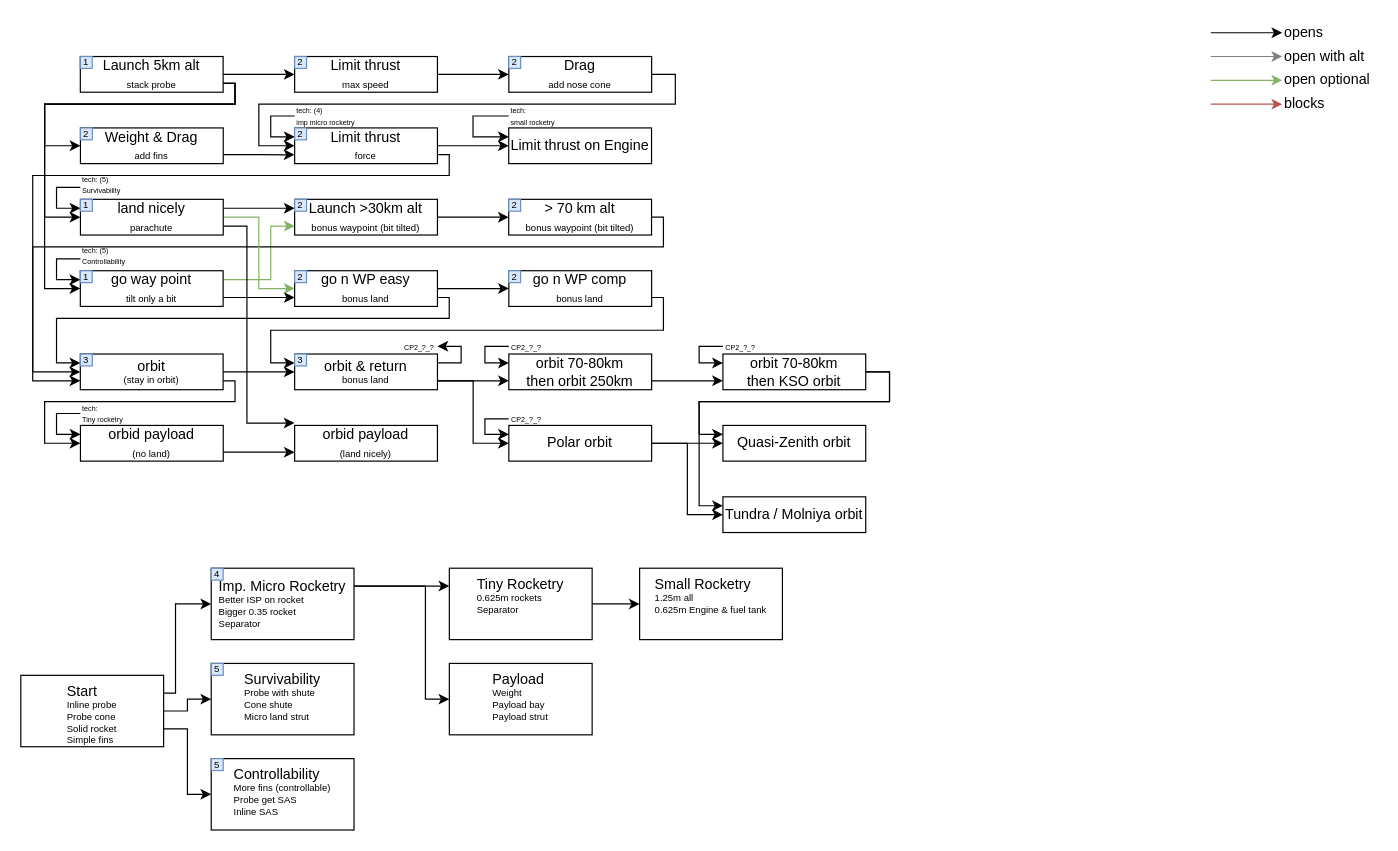
Before: doc/CP1 contracts & TT.drawio in SaphireFalcon/real_career, a draw.io diagram. Source tidied: cells renumbered, new cells numbered last; positions are measured from the earlier drawing's top-left corner, leaving out a move shared by most shapes. Both pictures are drawn from the tidied source at 119%, with x=0, y=0 at pixel (20, 20).
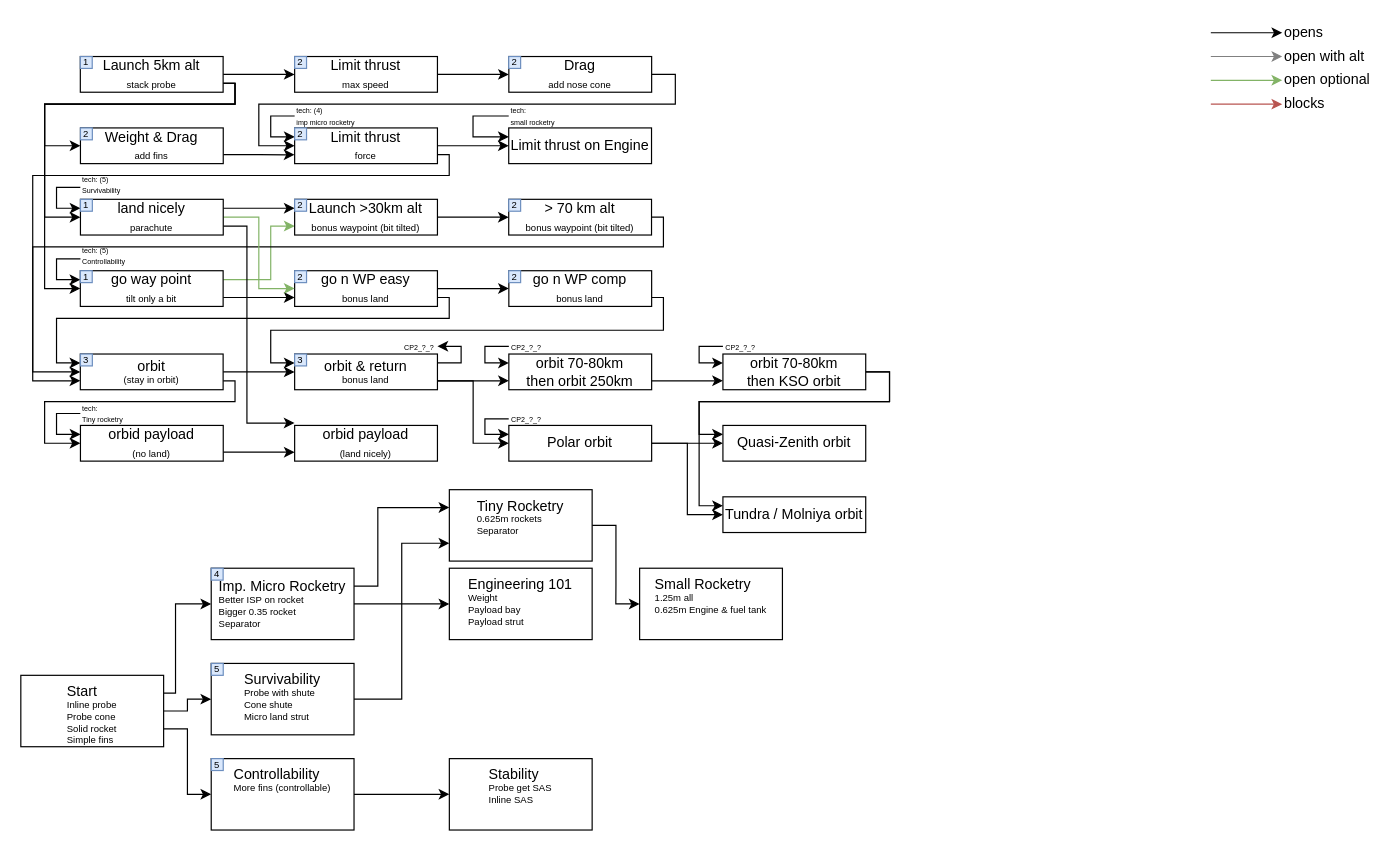
After the change.

The change refers to these unchanged cells:
```xml
<mxCell id="50" value="&lt;div style=&quot;text-align: left&quot;&gt;&lt;font style=&quot;font-size: 12px&quot;&gt;Survivability&lt;/font&gt;&lt;/div&gt;&lt;div style=&quot;text-align: left ; font-size: 8px&quot;&gt;&lt;font style=&quot;font-size: 8px&quot;&gt;Probe with shute&lt;/font&gt;&lt;/div&gt;&lt;div style=&quot;text-align: left ; font-size: 8px&quot;&gt;&lt;font style=&quot;font-size: 8px&quot;&gt;Cone shute&lt;/font&gt;&lt;br style=&quot;font-size: 8px&quot;&gt;&lt;/div&gt;&lt;font style=&quot;font-size: 8px&quot;&gt;&lt;div style=&quot;text-align: left&quot;&gt;&lt;span&gt;Micro land strut&lt;/span&gt;&lt;/div&gt;&lt;/font&gt;" style="rounded=0;whiteSpace=wrap;html=1;fontSize=8;verticalAlign=top;" parent="1" vertex="1">
  <mxGeometry x="160" y="540" width="120" height="60" as="geometry" />
</mxCell>
<mxCell id="52" value="&lt;div style=&quot;text-align: left&quot;&gt;&lt;font style=&quot;font-size: 12px&quot;&gt;Imp. Micro Rocketry&lt;/font&gt;&lt;/div&gt;&lt;div style=&quot;text-align: left ; font-size: 8px&quot;&gt;&lt;font style=&quot;font-size: 8px&quot;&gt;Better ISP on rocket&lt;/font&gt;&lt;/div&gt;&lt;div style=&quot;text-align: left ; font-size: 8px&quot;&gt;Bigger 0.35 rocket&lt;/div&gt;&lt;div style=&quot;text-align: left ; font-size: 8px&quot;&gt;&lt;font style=&quot;font-size: 8px&quot;&gt;Separator&lt;/font&gt;&lt;/div&gt;" style="rounded=0;whiteSpace=wrap;html=1;fontSize=8;verticalAlign=middle;" parent="1" vertex="1">
  <mxGeometry x="160" y="460" width="120" height="60" as="geometry" />
</mxCell>
```

What changed in the source:
```diff
@@
-    <mxCell id="46" style="edgeStyle=orthogonalEdgeStyle;rounded=0;jettySize=auto;html=1;exitX=1;exitY=0.25;exitDx=0;exitDy=0;entryX=0;entryY=0.5;entryDx=0;entryDy=0;strokeColor=#000000;" parent="1" edge="1" source="52" target="53">
+    <mxCell id="46" style="edgeStyle=orthogonalEdgeStyle;rounded=0;jettySize=auto;html=1;exitX=1;exitY=0.5;exitDx=0;exitDy=0;entryX=0;entryY=0.5;entryDx=0;entryDy=0;strokeColor=#000000;" parent="1" edge="1" source="52" target="53">
       <mxGeometry relative="1" as="geometry">
         <Array as="points">
-          <mxPoint x="340" y="475" />
-          <mxPoint x="340" y="570" />
+          <mxPoint x="310" y="490" />
+          <mxPoint x="310" y="490" />
         </Array>
       </mxGeometry>
     </mxCell>
@@
+    <mxCell id="117" style="edgeStyle=orthogonalEdgeStyle;rounded=0;jettySize=auto;html=1;exitX=1;exitY=0.5;exitDx=0;exitDy=0;entryX=0;entryY=0.5;entryDx=0;entryDy=0;" parent="1" edge="1" source="49" target="119">
+      <mxGeometry relative="1" as="geometry" />
+    </mxCell>
-    <mxCell id="49" value="&lt;div style=&quot;text-align: left&quot;&gt;&lt;font style=&quot;font-size: 12px&quot;&gt;Controllability&lt;/font&gt;&lt;/div&gt;&lt;div style=&quot;text-align: left ; font-size: 8px&quot;&gt;&lt;font style=&quot;font-size: 8px&quot;&gt;More fins (controllable)&lt;/font&gt;&lt;/div&gt;&lt;div style=&quot;text-align: left ; font-size: 8px&quot;&gt;&lt;span style=&quot;font-size: 8px&quot;&gt;Probe get SAS&lt;/span&gt;&lt;/div&gt;&lt;div style=&quot;text-align: left ; font-size: 8px&quot;&gt;&lt;span style=&quot;font-size: 8px&quot;&gt;Inline SAS&lt;/span&gt;&lt;/div&gt;" style="rounded=0;whiteSpace=wrap;html=1;align=center;labelPosition=center;verticalLabelPosition=middle;verticalAlign=top;fontSize=8;" parent="1" vertex="1">
+    <mxCell id="49" value="&lt;div style=&quot;text-align: left&quot;&gt;&lt;span style=&quot;font-size: 12px&quot;&gt;Controllability&lt;/span&gt;&lt;/div&gt;&lt;div style=&quot;text-align: left ; font-size: 8px&quot;&gt;&lt;font style=&quot;font-size: 8px&quot;&gt;More fins (controllable)&lt;/font&gt;&lt;/div&gt;&lt;div style=&quot;text-align: left ; font-size: 8px&quot;&gt;&lt;br&gt;&lt;/div&gt;" style="rounded=0;whiteSpace=wrap;html=1;align=center;labelPosition=center;verticalLabelPosition=middle;verticalAlign=top;fontSize=8;" parent="1" vertex="1">
       <mxGeometry x="160" y="620" width="120" height="60" as="geometry" />
     </mxCell>
+    <mxCell id="118" style="edgeStyle=orthogonalEdgeStyle;rounded=0;jettySize=auto;html=1;exitX=1;exitY=0.5;exitDx=0;exitDy=0;entryX=0;entryY=0.75;entryDx=0;entryDy=0;" parent="1" edge="1" source="50" target="71">
+      <mxGeometry relative="1" as="geometry" />
+    </mxCell>
@@
     <mxCell id="51" style="edgeStyle=orthogonalEdgeStyle;rounded=0;jettySize=auto;html=1;exitX=1;exitY=0.25;exitDx=0;exitDy=0;strokeColor=#000000;fontSize=8;entryX=0;entryY=0.25;entryDx=0;entryDy=0;" parent="1" edge="1" source="52" target="71">
-      <mxGeometry relative="1" as="geometry" />
+      <mxGeometry relative="1" as="geometry">
+        <Array as="points">
+          <mxPoint x="300" y="475" />
+          <mxPoint x="300" y="409" />
+        </Array>
+      </mxGeometry>
     </mxCell>
@@
-    <mxCell id="53" value="&lt;div style=&quot;text-align: left&quot;&gt;&lt;span style=&quot;font-size: 12px&quot;&gt;Payload&lt;/span&gt;&lt;/div&gt;&lt;div style=&quot;text-align: left ; font-size: 8px&quot;&gt;Weight&lt;/div&gt;&lt;div style=&quot;text-align: left ; font-size: 8px&quot;&gt;Payload bay&lt;/div&gt;&lt;div style=&quot;text-align: left ; font-size: 8px&quot;&gt;Payload strut&lt;/div&gt;" style="rounded=0;whiteSpace=wrap;html=1;fontSize=8;verticalAlign=top;align=center;" parent="1" vertex="1">
-      <mxGeometry x="360.1" y="540" width="120" height="60" as="geometry" />
+    <mxCell id="53" value="&lt;div style=&quot;text-align: left&quot;&gt;&lt;span style=&quot;font-size: 12px&quot;&gt;Engineering 101&lt;/span&gt;&lt;/div&gt;&lt;div style=&quot;text-align: left ; font-size: 8px&quot;&gt;Weight&lt;/div&gt;&lt;div style=&quot;text-align: left ; font-size: 8px&quot;&gt;Payload bay&lt;/div&gt;&lt;div style=&quot;text-align: left ; font-size: 8px&quot;&gt;Payload strut&lt;/div&gt;" style="rounded=0;whiteSpace=wrap;html=1;fontSize=8;verticalAlign=top;align=center;" parent="1" vertex="1">
+      <mxGeometry x="360.1" y="460" width="120" height="60" as="geometry" />
     </mxCell>
@@
     <mxCell id="71" value="&lt;div style=&quot;text-align: left&quot;&gt;&lt;font style=&quot;font-size: 12px&quot;&gt;Tiny Rocketry&lt;/font&gt;&lt;/div&gt;&lt;div style=&quot;text-align: left ; font-size: 8px&quot;&gt;&lt;span&gt;0.625m rockets&lt;/span&gt;&lt;br&gt;&lt;/div&gt;&lt;div style=&quot;text-align: left ; font-size: 8px&quot;&gt;&lt;font style=&quot;font-size: 8px&quot;&gt;Separator&lt;/font&gt;&lt;/div&gt;" style="rounded=0;whiteSpace=wrap;html=1;fontSize=8;verticalAlign=top;" parent="1" vertex="1">
-      <mxGeometry x="360.1" y="460" width="120" height="60" as="geometry" />
+      <mxGeometry x="360.1" y="394" width="120" height="60" as="geometry" />
     </mxCell>
@@
+    <mxCell id="119" value="&lt;div style=&quot;text-align: left&quot;&gt;&lt;span style=&quot;font-size: 12px&quot;&gt;Stability&lt;/span&gt;&lt;br&gt;&lt;/div&gt;&lt;div style=&quot;text-align: left ; font-size: 8px&quot;&gt;&lt;span style=&quot;font-size: 8px&quot;&gt;Probe get SAS&lt;/span&gt;&lt;/div&gt;&lt;div style=&quot;text-align: left ; font-size: 8px&quot;&gt;&lt;span style=&quot;font-size: 8px&quot;&gt;Inline SAS&lt;/span&gt;&lt;/div&gt;" style="rounded=0;whiteSpace=wrap;html=1;align=center;labelPosition=center;verticalLabelPosition=middle;verticalAlign=top;fontSize=8;" parent="1" vertex="1">
+      <mxGeometry x="360.1" y="620" width="120" height="60" as="geometry" />
+    </mxCell>
```
